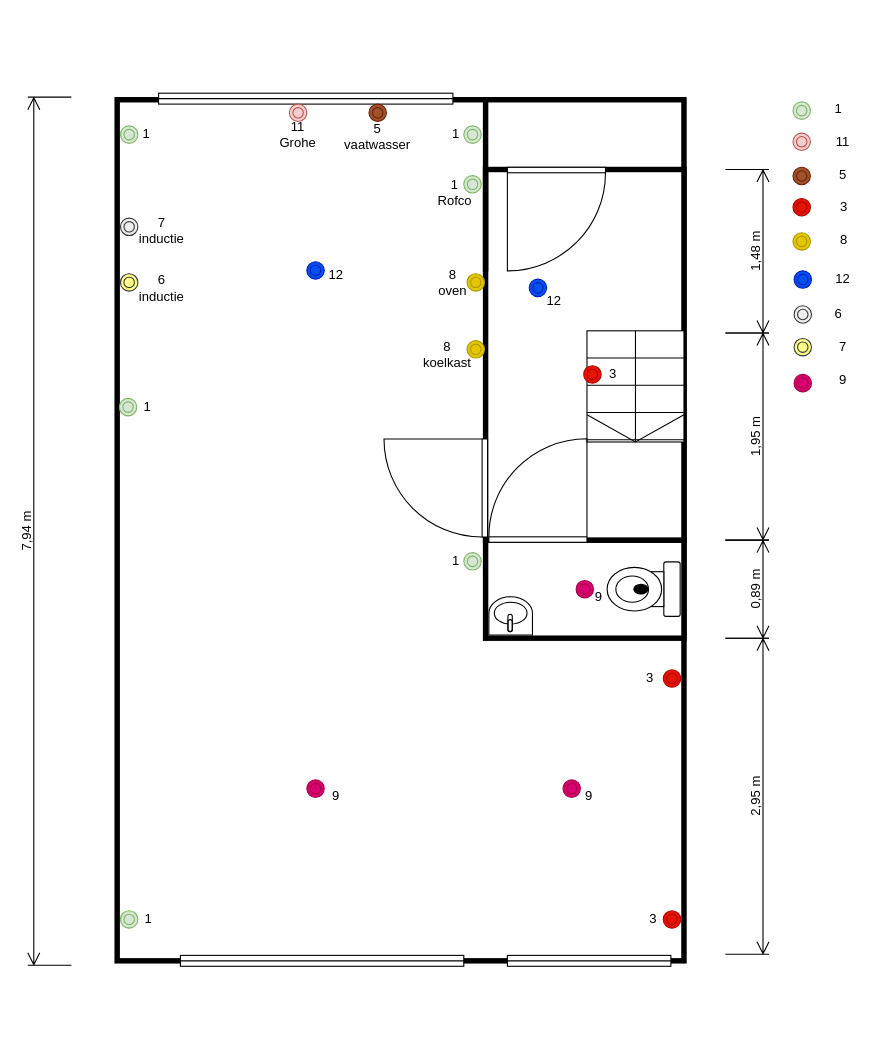
Before: bg.drawio in fckff/drawio, a draw.io diagram. Source tidied: cells renumbered, new cells numbered last; positions are measured from the earlier drawing's top-left corner, leaving out a move shared by most shapes. Both pictures are drawn from the tidied source at 109%, with x=0, y=0 at pixel (27, 93).
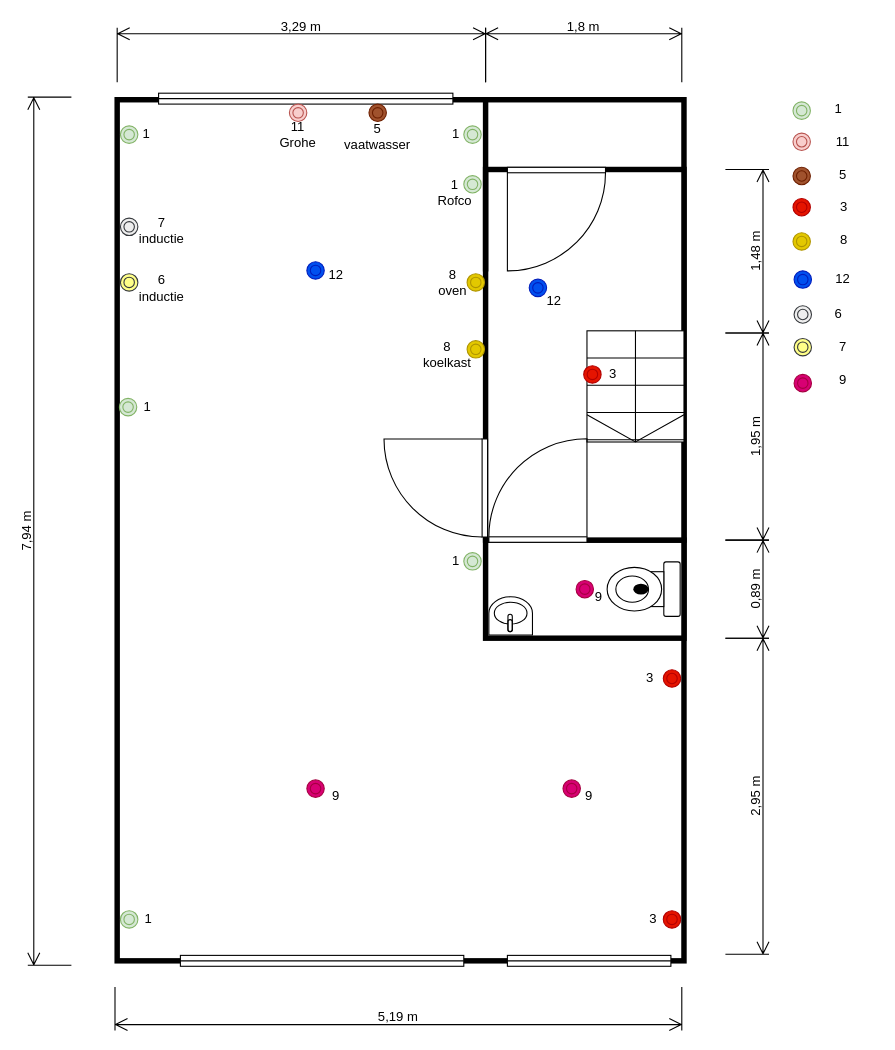
The same diagram, later.

The edit, as a diff of the source:
```diff
@@
+    <mxCell id="78" value="5,19 m" style="shape=dimension;whiteSpace=wrap;html=1;align=center;verticalAlign=bottom;spacingBottom=3;labelBackgroundColor=none;" parent="1" vertex="1">
+      <mxGeometry x="80" y="820" width="520" height="40" as="geometry" />
+    </mxCell>
+    <mxCell id="79" value="3,29 m" style="shape=dimension;direction=west;whiteSpace=wrap;html=1;align=center;verticalAlign=top;spacingTop=-15;labelBackgroundColor=none;" parent="1" vertex="1">
+      <mxGeometry x="82" y="-60" width="338" height="50" as="geometry" />
+    </mxCell>
+    <mxCell id="80" value="1,8 m" style="shape=dimension;direction=west;whiteSpace=wrap;html=1;align=center;verticalAlign=top;spacingTop=-15;labelBackgroundColor=none;" parent="1" vertex="1">
+      <mxGeometry x="420" y="-60" width="180" height="50" as="geometry" />
+    </mxCell>
```
